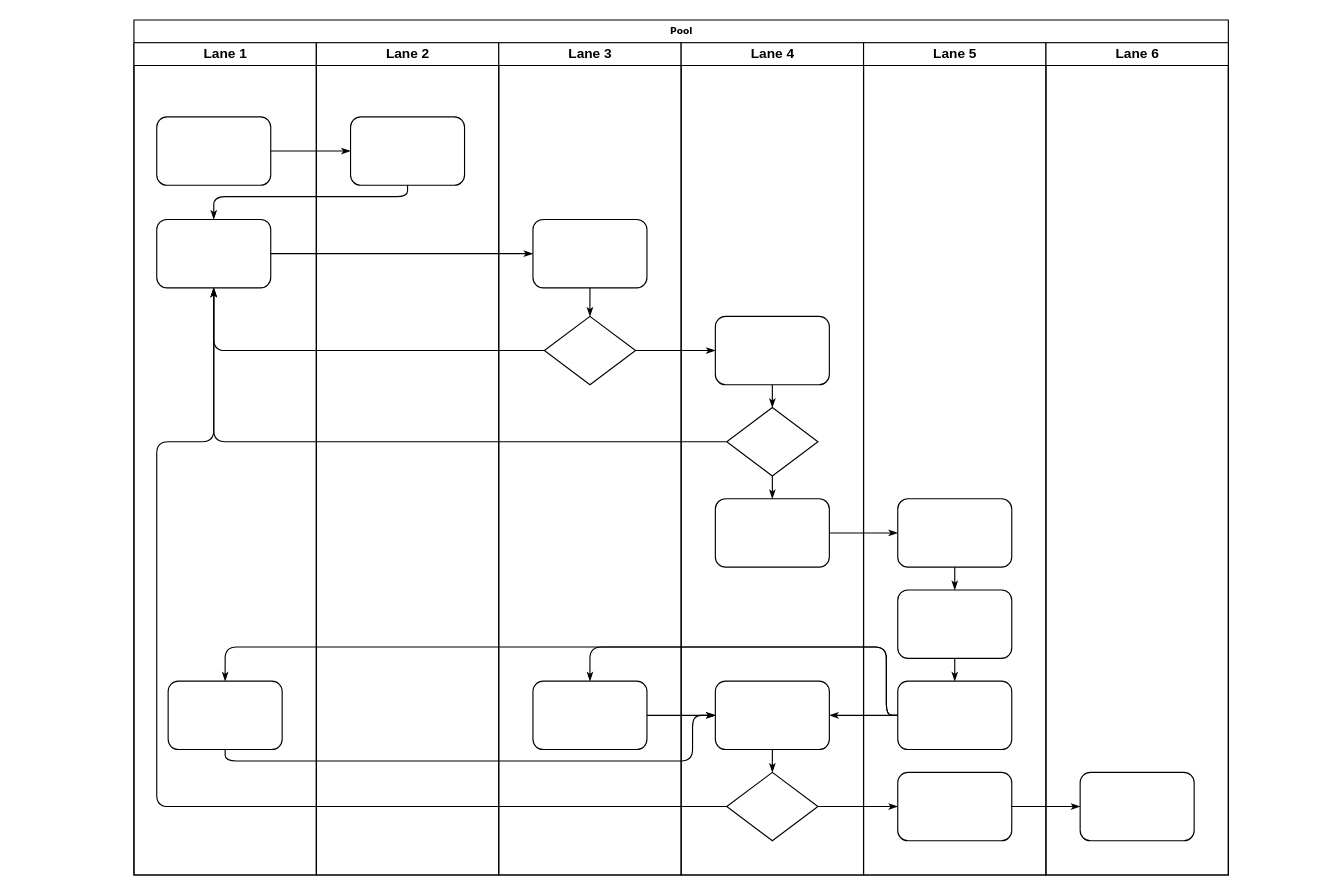
Before: craft/compoent_upload_flow.drawio in feihu618/drawio, a draw.io diagram. Source tidied: cells renumbered, new cells numbered last; positions are measured from the earlier drawing's top-left corner, leaving out a move shared by most shapes. Both pictures are drawn from the tidied source at 114%, with x=0, y=0 at pixel (133, 19).
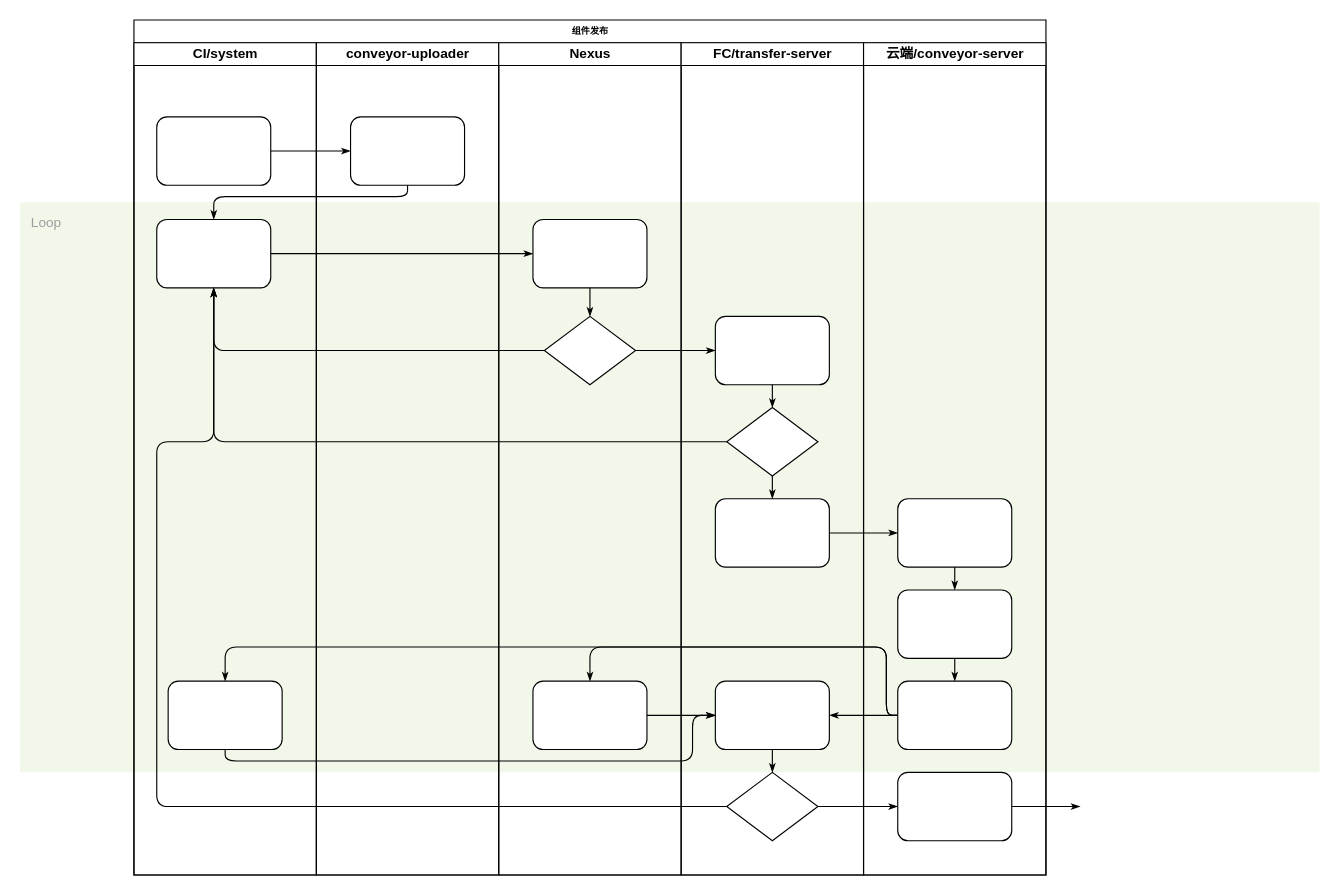
The same page after the edit.

Unchanged cells that the change refers to:
```xml
<mxCell id="42" style="rounded=1;whiteSpace=wrap;html=1;shadow=0;labelBackgroundColor=none;strokeWidth=1;fontFamily=Verdana;fontSize=8;align=center;" parent="38" vertex="1">
  <mxGeometry x="30" y="640" width="100" height="60" as="geometry" />
</mxCell>
```

Change to the diagram source:
```diff
@@
+    <mxCell id="47" value="Loop" style="sketch=0;rounded=1;absoluteArcSize=1;arcSize=2;html=1;strokeColor=none;gradientColor=none;shadow=0;dashed=0;fontSize=12;fontColor=#9E9E9E;align=left;verticalAlign=top;spacing=10;spacingTop=-4;whiteSpace=wrap;fillColor=#F1F8E9;" parent="1" vertex="1">
+      <mxGeometry x="-100" y="160" width="1140" height="500" as="geometry" />
+    </mxCell>
-    <mxCell id="2" value="Pool" style="swimlane;html=1;startSize=20;rounded=0;shadow=0;labelBackgroundColor=none;strokeWidth=1;fontFamily=Verdana;fontSize=8;align=center;" parent="1" vertex="1">
-      <mxGeometry width="960" height="750" as="geometry" />
+    <mxCell id="2" value="组件发布" style="swimlane;html=1;startSize=20;rounded=0;shadow=0;labelBackgroundColor=none;strokeWidth=1;fontFamily=Verdana;fontSize=8;align=center;" parent="1" vertex="1">
+      <mxGeometry width="800" height="750" as="geometry" />
     </mxCell>
-    <mxCell id="3" value="Lane 1" style="swimlane;html=1;startSize=20;" parent="2" vertex="1">
+    <mxCell id="3" value="CI/system" style="swimlane;html=1;startSize=20;" parent="2" vertex="1">
       <mxGeometry y="20" width="160" height="730" as="geometry" />
     </mxCell>
@@
-    <mxCell id="15" style="edgeStyle=orthogonalEdgeStyle;rounded=1;html=1;labelBackgroundColor=none;startArrow=none;startFill=0;startSize=5;endArrow=classicThin;endFill=1;endSize=5;jettySize=auto;strokeWidth=1;fontFamily=Verdana;fontSize=8;" parent="2" edge="1" source="42" target="46">
-      <mxGeometry relative="1" as="geometry" />
+    <mxCell id="15" style="edgeStyle=orthogonalEdgeStyle;rounded=1;html=1;labelBackgroundColor=none;startArrow=none;startFill=0;startSize=5;endArrow=classicThin;endFill=1;endSize=5;jettySize=auto;strokeWidth=1;fontFamily=Verdana;fontSize=8;" parent="2" edge="1" source="42">
+      <mxGeometry relative="1" as="geometry">
+        <mxPoint x="830" y="690" as="targetPoint" />
+      </mxGeometry>
     </mxCell>
@@
-    <mxCell id="22" value="Lane 2" style="swimlane;html=1;startSize=20;" parent="2" vertex="1">
+    <mxCell id="22" value="conveyor-uploader" style="swimlane;html=1;startSize=20;" parent="2" vertex="1">
       <mxGeometry x="160" y="20" width="160" height="730" as="geometry" />
     </mxCell>
@@
-    <mxCell id="24" value="Lane 3" style="swimlane;html=1;startSize=20;" parent="2" vertex="1">
+    <mxCell id="24" value="Nexus" style="swimlane;html=1;startSize=20;" parent="2" vertex="1">
       <mxGeometry x="320" y="20" width="160" height="730" as="geometry" />
     </mxCell>
@@
-    <mxCell id="29" value="Lane 4" style="swimlane;html=1;startSize=20;" parent="2" vertex="1">
+    <mxCell id="29" value="FC/transfer-server" style="swimlane;html=1;startSize=20;" parent="2" vertex="1">
       <mxGeometry x="480" y="20" width="160" height="730" as="geometry" />
     </mxCell>
@@
-    <mxCell id="38" value="Lane 5" style="swimlane;html=1;startSize=20;" parent="2" vertex="1">
+    <mxCell id="38" value="云端/conveyor-server" style="swimlane;html=1;startSize=20;" parent="2" vertex="1">
       <mxGeometry x="640" y="20" width="160" height="730" as="geometry" />
     </mxCell>
@@
-    <mxCell id="45" value="Lane 6" style="swimlane;html=1;startSize=20;" parent="2" vertex="1">
-      <mxGeometry x="800" y="20" width="160" height="730" as="geometry" />
-    </mxCell>
-    <mxCell id="46" style="rounded=1;whiteSpace=wrap;html=1;shadow=0;labelBackgroundColor=none;strokeWidth=1;fontFamily=Verdana;fontSize=8;align=center;" parent="45" vertex="1">
-      <mxGeometry x="30" y="640" width="100" height="60" as="geometry" />
-    </mxCell>
```
